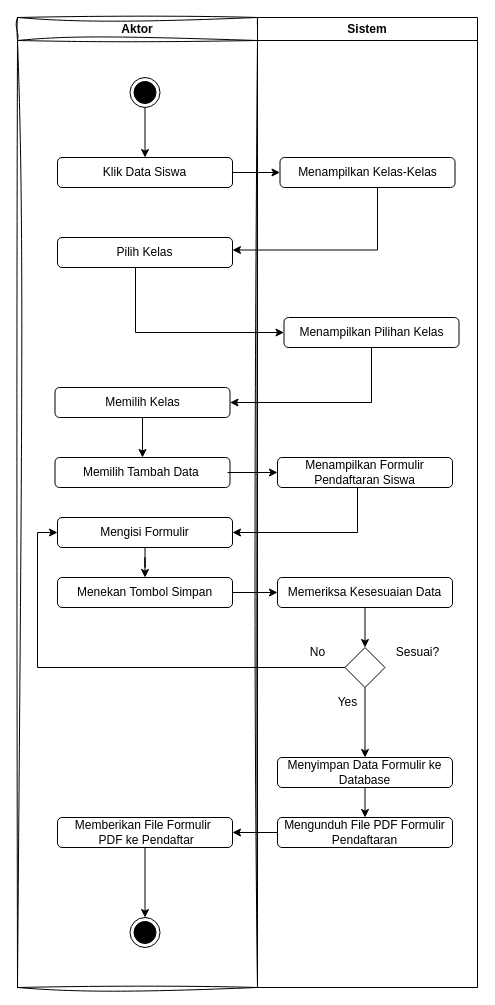
Before: Cros Functional Tambah Data Siswa.drawio in XxGembelxX/Rancangan_KP, a draw.io diagram. Source tidied: cells renumbered, new cells numbered last; positions are measured from the earlier drawing's top-left corner, leaving out a move shared by most shapes. Both pictures are drawn from the tidied source at 100%, with x=0, y=0 at pixel (17, 17).
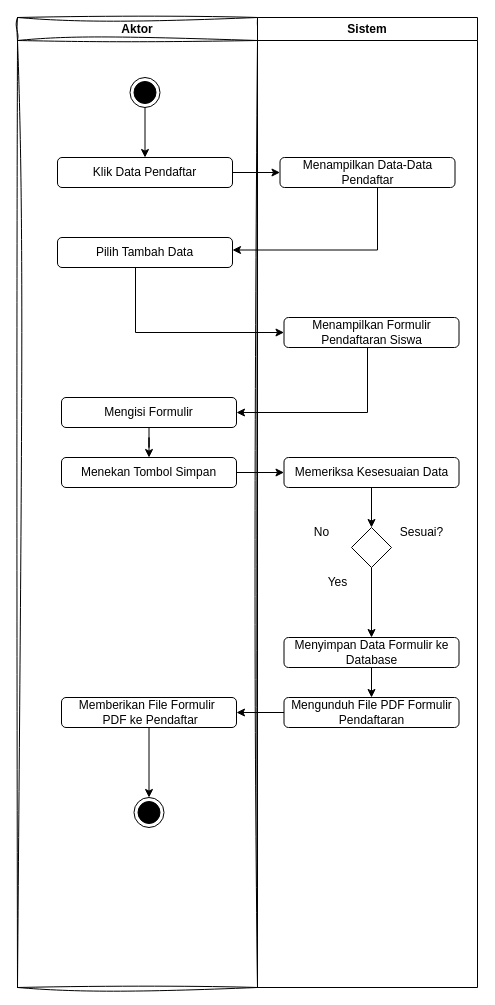
Above is the later version.

The change refers to these unchanged cells:
```xml
<mxCell id="2" value="Aktor" style="swimlane;whiteSpace=wrap;html=1;sketch=1;curveFitting=1;jiggle=2;" parent="1" vertex="1">
  <mxGeometry width="240" height="970" as="geometry" />
</mxCell>
<mxCell id="17" value="Sistem" style="swimlane;whiteSpace=wrap;html=1;" parent="1" vertex="1">
  <mxGeometry x="240" width="220" height="970" as="geometry" />
</mxCell>
```

The edit, as a diff of the source:
```diff
@@
-    <mxCell id="5" value="Klik Data Siswa" style="rounded=1;whiteSpace=wrap;html=1;" parent="2" vertex="1">
+    <mxCell id="5" value="Klik Data Pendaftar" style="rounded=1;whiteSpace=wrap;html=1;" parent="2" vertex="1">
       <mxGeometry x="40" y="140" width="175" height="30" as="geometry" />
     </mxCell>
-    <mxCell id="6" value="Pilih Kelas" style="rounded=1;whiteSpace=wrap;html=1;" parent="2" vertex="1">
+    <mxCell id="6" value="Pilih Tambah Data" style="rounded=1;whiteSpace=wrap;html=1;" parent="2" vertex="1">
       <mxGeometry x="40" y="220" width="175" height="30" as="geometry" />
     </mxCell>
-    <mxCell id="7" style="edgeStyle=orthogonalEdgeStyle;rounded=0;jettySize=auto;html=1;entryX=0.5;entryY=0;entryDx=0;entryDy=0;" parent="2" edge="1" source="8" target="9">
-      <mxGeometry relative="1" as="geometry" />
+    <mxCell id="7" style="edgeStyle=orthogonalEdgeStyle;rounded=0;orthogonalLoop=1;jettySize=auto;html=1;entryX=0.5;entryY=0;entryDx=0;entryDy=0;" parent="2" edge="1">
+      <mxGeometry relative="1" as="geometry">
+        <mxPoint x="125" y="440" as="targetPoint" />
+      </mxGeometry>
     </mxCell>
-    <mxCell id="8" value="Memilih Kelas" style="rounded=1;whiteSpace=wrap;html=1;" parent="2" vertex="1">
-      <mxGeometry x="37.5" y="370" width="175" height="30" as="geometry" />
-    </mxCell>
-    <mxCell id="9" value="Memilih Tambah Data&amp;nbsp;" style="rounded=1;whiteSpace=wrap;html=1;" parent="2" vertex="1">
-      <mxGeometry x="37.5" y="440" width="175" height="30" as="geometry" />
-    </mxCell>
     <mxCell id="10" value="Menekan Tombol Simpan" style="rounded=1;whiteSpace=wrap;html=1;" parent="2" vertex="1">
-      <mxGeometry x="40" y="560" width="175" height="30" as="geometry" />
+      <mxGeometry x="44" y="440" width="175" height="30" as="geometry" />
     </mxCell>
@@
-    <mxCell id="12" style="edgeStyle=orthogonalEdgeStyle;rounded=0;jettySize=auto;html=1;entryX=0.5;entryY=0;entryDx=0;entryDy=0;" parent="2" edge="1" source="13" target="10">
+    <mxCell id="12" style="edgeStyle=orthogonalEdgeStyle;rounded=0;jettySize=auto;html=1;" parent="2" edge="1" source="13" target="10">
       <mxGeometry relative="1" as="geometry" />
     </mxCell>
     <mxCell id="13" value="Mengisi Formulir" style="rounded=1;whiteSpace=wrap;html=1;" parent="2" vertex="1">
-      <mxGeometry x="40" y="500" width="175" height="30" as="geometry" />
+      <mxGeometry x="44" y="380" width="175" height="30" as="geometry" />
     </mxCell>
-    <mxCell id="14" style="edgeStyle=orthogonalEdgeStyle;rounded=0;jettySize=auto;html=1;entryX=0.5;entryY=0;entryDx=0;entryDy=0;" parent="2" edge="1" source="15" target="16">
+    <mxCell id="14" style="edgeStyle=orthogonalEdgeStyle;shape=connector;rounded=0;jettySize=auto;html=1;labelBackgroundColor=default;strokeColor=default;fontFamily=Helvetica;fontSize=11;fontColor=default;endArrow=classic;" parent="2" edge="1" source="15" target="16">
       <mxGeometry relative="1" as="geometry" />
     </mxCell>
     <mxCell id="15" value="Memberikan File Formulir&amp;nbsp;&lt;br&gt;&amp;nbsp;PDF ke Pendaftar" style="rounded=1;whiteSpace=wrap;html=1;" parent="2" vertex="1">
-      <mxGeometry x="40" y="800" width="175" height="30" as="geometry" />
+      <mxGeometry x="44" y="680" width="175" height="30" as="geometry" />
     </mxCell>
     <mxCell id="16" style="ellipse;html=1;shape=endState;fillColor=#000000;strokeColor=#000000;" parent="2" vertex="1">
-      <mxGeometry x="112.5" y="900" width="30" height="30" as="geometry" />
+      <mxGeometry x="116.5" y="780" width="30" height="30" as="geometry" />
     </mxCell>
@@
-    <mxCell id="18" value="Menampilkan Kelas-Kelas" style="rounded=1;whiteSpace=wrap;html=1;" parent="17" vertex="1">
+    <mxCell id="18" value="Menampilkan Data-Data Pendaftar" style="rounded=1;whiteSpace=wrap;html=1;" parent="17" vertex="1">
       <mxGeometry x="22.5" y="140" width="175" height="30" as="geometry" />
     </mxCell>
-    <mxCell id="19" value="Menampilkan Pilihan Kelas" style="rounded=1;whiteSpace=wrap;html=1;" parent="17" vertex="1">
+    <mxCell id="19" value="Menampilkan Formulir Pendaftaran Siswa" style="rounded=1;whiteSpace=wrap;html=1;" parent="17" vertex="1">
       <mxGeometry x="26.5" y="300" width="175" height="30" as="geometry" />
     </mxCell>
-    <mxCell id="20" value="Menampilkan Formulir Pendaftaran Siswa" style="rounded=1;whiteSpace=wrap;html=1;" parent="17" vertex="1">
-      <mxGeometry x="20" y="440" width="175" height="30" as="geometry" />
-    </mxCell>
-    <mxCell id="21" style="edgeStyle=orthogonalEdgeStyle;rounded=0;jettySize=auto;html=1;exitX=0.5;exitY=1;exitDx=0;exitDy=0;entryX=0.5;entryY=0;entryDx=0;entryDy=0;" parent="17" edge="1" source="22" target="24">
+    <mxCell id="21" style="edgeStyle=orthogonalEdgeStyle;rounded=0;jettySize=auto;html=1;" parent="17" edge="1" source="22" target="24">
       <mxGeometry relative="1" as="geometry" />
     </mxCell>
     <mxCell id="22" value="Memeriksa Kesesuaian Data" style="rounded=1;whiteSpace=wrap;html=1;" parent="17" vertex="1">
-      <mxGeometry x="20" y="560" width="175" height="30" as="geometry" />
+      <mxGeometry x="26.5" y="440" width="175" height="30" as="geometry" />
     </mxCell>
-    <mxCell id="23" style="edgeStyle=orthogonalEdgeStyle;rounded=0;jettySize=auto;html=1;exitX=0.5;exitY=1;exitDx=0;exitDy=0;" parent="17" edge="1" source="24" target="29">
+    <mxCell id="23" style="edgeStyle=orthogonalEdgeStyle;shape=connector;rounded=0;jettySize=auto;html=1;entryX=0.5;entryY=0;entryDx=0;entryDy=0;labelBackgroundColor=default;strokeColor=default;fontFamily=Helvetica;fontSize=11;fontColor=default;endArrow=classic;" parent="17" edge="1" source="24" target="29">
       <mxGeometry relative="1" as="geometry" />
     </mxCell>
     <mxCell id="24" style="rhombus;whiteSpace=wrap;html=1;" parent="17" vertex="1">
-      <mxGeometry x="87.5" y="630" width="40" height="40" as="geometry" />
+      <mxGeometry x="94" y="510" width="40" height="40" as="geometry" />
     </mxCell>
-    <mxCell id="25" value="Yes" style="text;html=1;align=center;verticalAlign=middle;strokeColor=none;fillColor=none;" parent="17" vertex="1">
-      <mxGeometry x="70" y="670" width="40" height="30" as="geometry" />
-    </mxCell>
     <mxCell id="26" value="No" style="text;html=1;align=center;verticalAlign=middle;strokeColor=none;fillColor=none;" parent="17" vertex="1">
-      <mxGeometry x="40" y="620" width="40" height="30" as="geometry" />
+      <mxGeometry x="44" y="500" width="40" height="30" as="geometry" />
     </mxCell>
     <mxCell id="27" value="Sesuai?" style="text;html=1;align=center;verticalAlign=middle;strokeColor=none;fillColor=none;" parent="17" vertex="1">
-      <mxGeometry x="125" y="620" width="70" height="30" as="geometry" />
+      <mxGeometry x="129" y="500" width="70" height="30" as="geometry" />
     </mxCell>
-    <mxCell id="28" style="edgeStyle=orthogonalEdgeStyle;rounded=0;jettySize=auto;html=1;exitX=0.5;exitY=1;exitDx=0;exitDy=0;entryX=0.5;entryY=0;entryDx=0;entryDy=0;" parent="17" edge="1" source="29" target="30">
+    <mxCell id="28" style="edgeStyle=orthogonalEdgeStyle;shape=connector;rounded=0;jettySize=auto;html=1;labelBackgroundColor=default;strokeColor=default;fontFamily=Helvetica;fontSize=11;fontColor=default;endArrow=classic;" parent="17" edge="1" source="29" target="30">
       <mxGeometry relative="1" as="geometry" />
     </mxCell>
     <mxCell id="29" value="Menyimpan Data Formulir ke Database" style="rounded=1;whiteSpace=wrap;html=1;" parent="17" vertex="1">
-      <mxGeometry x="20" y="740" width="175" height="30" as="geometry" />
+      <mxGeometry x="26.5" y="620" width="175" height="30" as="geometry" />
     </mxCell>
     <mxCell id="30" value="Mengunduh File PDF Formulir Pendaftaran" style="rounded=1;whiteSpace=wrap;html=1;" parent="17" vertex="1">
-      <mxGeometry x="20" y="800" width="175" height="30" as="geometry" />
+      <mxGeometry x="26.5" y="680" width="175" height="30" as="geometry" />
     </mxCell>
+    <mxCell id="25" value="Yes" style="text;html=1;align=center;verticalAlign=middle;strokeColor=none;fillColor=none;" parent="17" vertex="1">
+      <mxGeometry x="60" y="550" width="40" height="30" as="geometry" />
+    </mxCell>
@@
-    <mxCell id="33" style="edgeStyle=orthogonalEdgeStyle;rounded=0;jettySize=auto;html=1;" parent="1" edge="1" source="19" target="8">
-      <mxGeometry relative="1" as="geometry">
-        <Array as="points">
-          <mxPoint x="354" y="385" />
-        </Array>
-      </mxGeometry>
-    </mxCell>
-    <mxCell id="34" style="edgeStyle=orthogonalEdgeStyle;rounded=0;jettySize=auto;html=1;exitX=0.986;exitY=0.5;exitDx=0;exitDy=0;entryX=0;entryY=0.5;entryDx=0;entryDy=0;exitPerimeter=0;" parent="1" edge="1" source="9" target="20">
-      <mxGeometry relative="1" as="geometry" />
+    <mxCell id="34" style="edgeStyle=orthogonalEdgeStyle;rounded=0;orthogonalLoop=1;jettySize=auto;html=1;exitX=0.986;exitY=0.5;exitDx=0;exitDy=0;entryX=0;entryY=0.5;entryDx=0;entryDy=0;exitPerimeter=0;" parent="1" edge="1">
+      <mxGeometry relative="1" as="geometry">
+        <mxPoint x="260" y="455" as="targetPoint" />
+      </mxGeometry>
     </mxCell>
-    <mxCell id="35" style="edgeStyle=orthogonalEdgeStyle;rounded=0;jettySize=auto;html=1;entryX=1;entryY=0.5;entryDx=0;entryDy=0;" parent="1" edge="1" source="20" target="13">
-      <mxGeometry relative="1" as="geometry">
-        <Array as="points">
-          <mxPoint x="340" y="515" />
-        </Array>
-      </mxGeometry>
-    </mxCell>
+    <mxCell id="39" style="edgeStyle=orthogonalEdgeStyle;rounded=0;jettySize=auto;html=1;entryX=1;entryY=0.5;entryDx=0;entryDy=0;" parent="1" edge="1" source="19" target="13">
+      <mxGeometry relative="1" as="geometry">
+        <Array as="points">
+          <mxPoint x="350" y="395" />
+        </Array>
+      </mxGeometry>
+    </mxCell>
@@
-    <mxCell id="37" style="edgeStyle=orthogonalEdgeStyle;rounded=0;jettySize=auto;html=1;exitX=0;exitY=0.5;exitDx=0;exitDy=0;entryX=0;entryY=0.5;entryDx=0;entryDy=0;" parent="1" edge="1" source="24" target="13">
-      <mxGeometry relative="1" as="geometry" />
-    </mxCell>
-    <mxCell id="38" style="edgeStyle=orthogonalEdgeStyle;rounded=0;jettySize=auto;html=1;entryX=1;entryY=0.5;entryDx=0;entryDy=0;" parent="1" edge="1" source="30" target="15">
+    <mxCell id="38" style="edgeStyle=orthogonalEdgeStyle;shape=connector;rounded=0;jettySize=auto;html=1;labelBackgroundColor=default;strokeColor=default;fontFamily=Helvetica;fontSize=11;fontColor=default;endArrow=classic;" parent="1" edge="1" source="30" target="15">
       <mxGeometry relative="1" as="geometry" />
     </mxCell>
```
